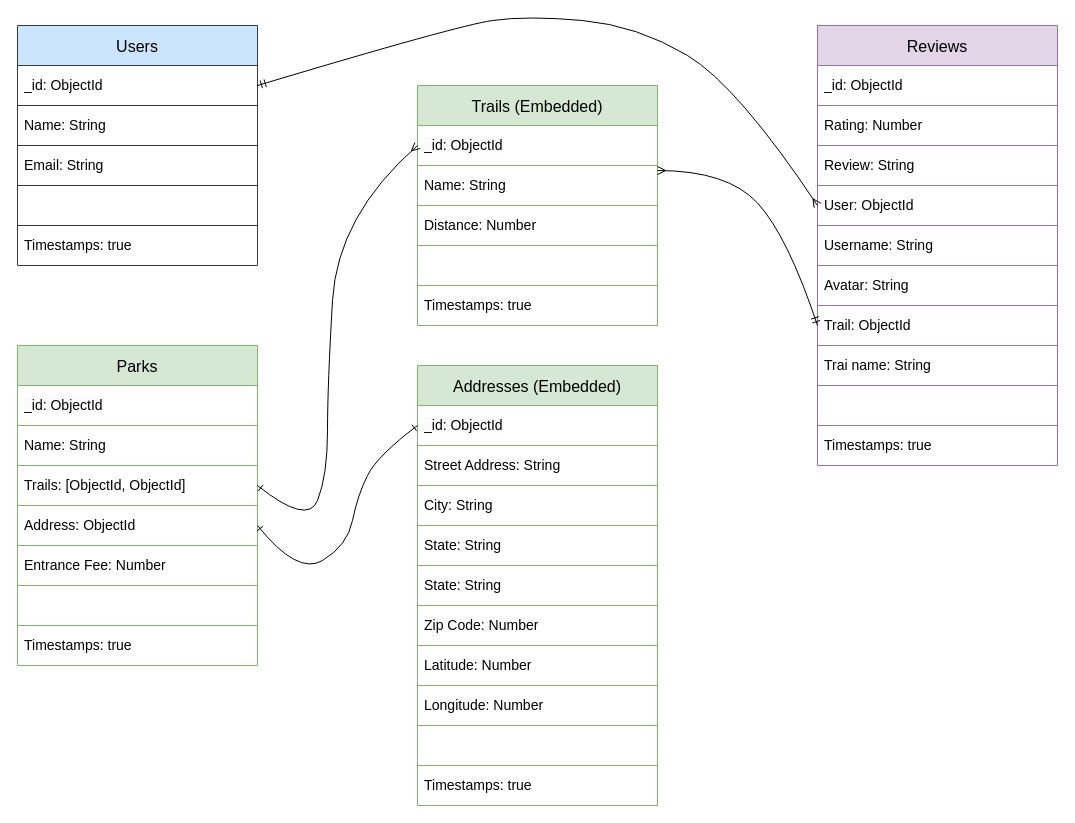
caitlinfcorrigan/MyTrails keeps this draw.io diagram as wireframes/drawio-files/ERD-reach.drawio. Above is the earlier version. Source tidied: cells renumbered, new cells numbered last; positions are measured from the earlier drawing's top-left corner, leaving out a move shared by most shapes. Both pictures are drawn from the tidied source at 100%, with x=0, y=0 at pixel (17, 15).
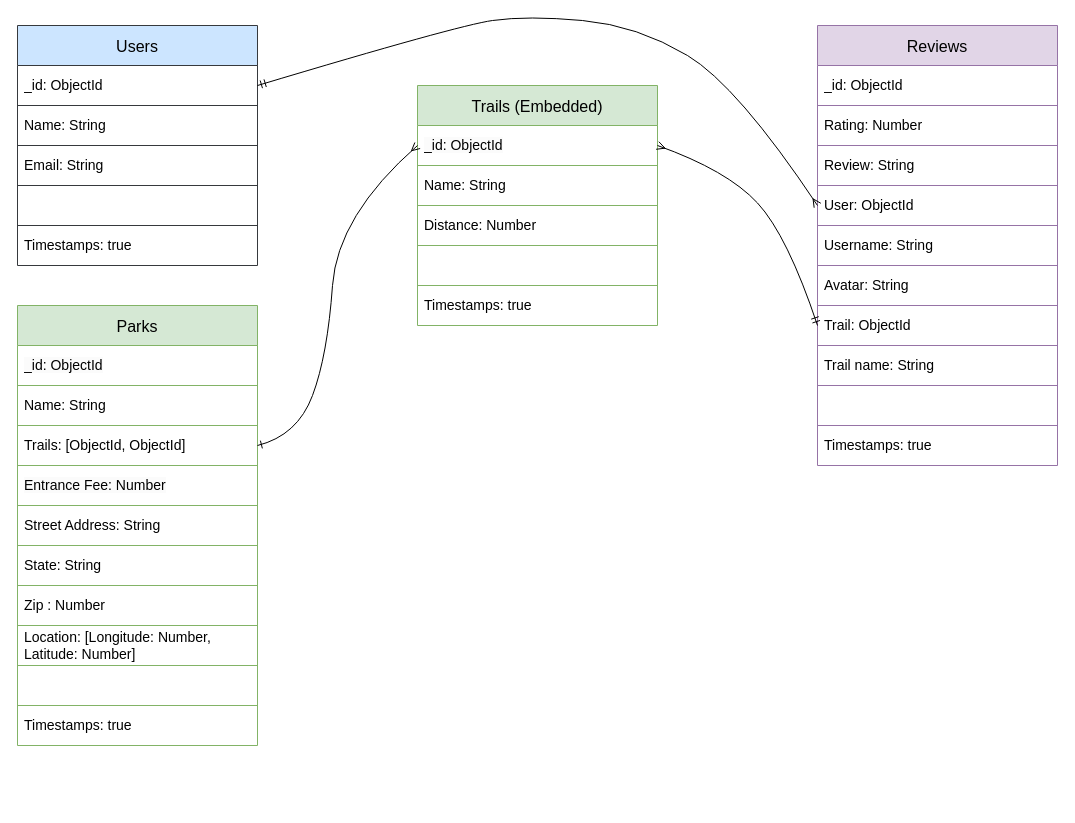
Above is the later version.

The change refers to these unchanged cells:
```xml
<mxCell id="27" style="shape=tableRow;horizontal=0;startSize=0;swimlaneHead=0;swimlaneBody=0;top=0;left=0;bottom=0;right=0;fillColor=none;points=[[0,0.5],[1,0.5]];portConstraint=eastwest;" parent="14" vertex="1">
  <mxGeometry y="280" width="240" height="40" as="geometry" />
</mxCell>
<mxCell id="29" style="shape=tableRow;horizontal=0;startSize=0;swimlaneHead=0;swimlaneBody=0;top=0;left=0;bottom=0;right=0;fillColor=none;" parent="14" vertex="1">
  <mxGeometry y="320" width="240" height="40" as="geometry" />
</mxCell>
<mxCell id="40" style="shape=tableRow;horizontal=0;startSize=0;swimlaneHead=0;swimlaneBody=0;top=0;left=0;bottom=0;right=0;fillColor=none;points=[[0,0.5],[1,0.5]];portConstraint=eastwest;" parent="35" vertex="1">
  <mxGeometry y="120" width="240" height="40" as="geometry" />
</mxCell>
<mxCell id="43" style="shape=tableRow;horizontal=0;startSize=0;swimlaneHead=0;swimlaneBody=0;top=0;left=0;bottom=0;right=0;fillColor=none;points=[[0,0.5],[1,0.5]];portConstraint=eastwest;" parent="35" vertex="1">
  <mxGeometry y="160" width="240" height="40" as="geometry" />
</mxCell>
<mxCell id="45" style="shape=tableRow;horizontal=0;startSize=0;swimlaneHead=0;swimlaneBody=0;top=0;left=0;bottom=0;right=0;fillColor=none;" parent="35" vertex="1">
  <mxGeometry y="200" width="240" height="40" as="geometry" />
</mxCell>
<mxCell id="52" style="shape=tableRow;horizontal=0;startSize=0;swimlaneHead=0;swimlaneBody=0;top=0;left=0;bottom=0;right=0;fillColor=none;points=[[0,0.5],[1,0.5]];portConstraint=eastwest;" parent="51" vertex="1">
  <mxGeometry y="40" width="240" height="40" as="geometry" />
</mxCell>
```

The edit, as a diff of the source:
```diff
@@
-    <mxCell id="30" value="Trai name: String" style="shape=partialRectangle;html=1;whiteSpace=wrap;overflow=hidden;fillColor=none;top=0;left=0;bottom=0;right=0;align=left;fontSize=14;spacingLeft=5;" parent="29" vertex="1">
+    <mxCell id="30" value="Trail name: String" style="shape=partialRectangle;html=1;whiteSpace=wrap;overflow=hidden;fillColor=none;top=0;left=0;bottom=0;right=0;align=left;fontSize=14;spacingLeft=5;" parent="29" vertex="1">
       <mxGeometry width="240" height="40" as="geometry" />
     </mxCell>
@@
     <mxCell id="35" value="Parks" style="shape=table;startSize=40;childLayout=tableLayout;fontSize=16;fillColor=#d5e8d4;strokeColor=#82b366;" parent="1" vertex="1">
-      <mxGeometry y="330" width="240" height="320" as="geometry" />
+      <mxGeometry y="290" width="240" height="440" as="geometry" />
     </mxCell>
@@
-    <mxCell id="44" value="Address: ObjectId" style="shape=partialRectangle;html=1;whiteSpace=wrap;overflow=hidden;fillColor=none;top=0;left=0;bottom=0;right=0;align=left;fontSize=14;spacingLeft=5;" parent="43" vertex="1">
+    <mxCell id="44" value="&lt;span style=&quot;color: rgb(0, 0, 0); font-family: Helvetica; font-size: 14px; font-style: normal; font-variant-ligatures: normal; font-variant-caps: normal; font-weight: 400; letter-spacing: normal; orphans: 2; text-align: left; text-indent: 0px; text-transform: none; widows: 2; word-spacing: 0px; -webkit-text-stroke-width: 0px; background-color: rgb(251, 251, 251); text-decoration-thickness: initial; text-decoration-style: initial; text-decoration-color: initial; float: none; display: inline !important;&quot;&gt;Entrance Fee: Number&lt;/span&gt;" style="shape=partialRectangle;html=1;whiteSpace=wrap;overflow=hidden;fillColor=none;top=0;left=0;bottom=0;right=0;align=left;fontSize=14;spacingLeft=5;" parent="43" vertex="1">
       <mxGeometry width="240" height="40" as="geometry" />
     </mxCell>
@@
-    <mxCell id="46" value="Entrance Fee: Number" style="shape=partialRectangle;html=1;whiteSpace=wrap;overflow=hidden;fillColor=none;top=0;left=0;bottom=0;right=0;align=left;fontSize=14;spacingLeft=5;" parent="45" vertex="1">
+    <mxCell id="46" value="Street Address: String" style="shape=partialRectangle;html=1;whiteSpace=wrap;overflow=hidden;fillColor=none;top=0;left=0;bottom=0;right=0;align=left;fontSize=14;spacingLeft=5;" parent="45" vertex="1">
       <mxGeometry width="240" height="40" as="geometry" />
     </mxCell>
+    <mxCell id="74" style="shape=tableRow;horizontal=0;startSize=0;swimlaneHead=0;swimlaneBody=0;top=0;left=0;bottom=0;right=0;fillColor=none;" parent="35" vertex="1">
+      <mxGeometry y="240" width="240" height="40" as="geometry" />
+    </mxCell>
+    <mxCell id="89" value="State: String" style="shape=partialRectangle;html=1;whiteSpace=wrap;overflow=hidden;fillColor=none;top=0;left=0;bottom=0;right=0;align=left;fontSize=14;spacingLeft=5;" parent="74" vertex="1">
+      <mxGeometry width="240" height="40" as="geometry" />
+    </mxCell>
+    <mxCell id="76" style="shape=tableRow;horizontal=0;startSize=0;swimlaneHead=0;swimlaneBody=0;top=0;left=0;bottom=0;right=0;fillColor=none;" parent="35" vertex="1">
+      <mxGeometry y="280" width="240" height="40" as="geometry" />
+    </mxCell>
+    <mxCell id="90" value="Zip : Number" style="shape=partialRectangle;html=1;whiteSpace=wrap;overflow=hidden;fillColor=none;top=0;left=0;bottom=0;right=0;align=left;fontSize=14;spacingLeft=5;" parent="76" vertex="1">
+      <mxGeometry width="240" height="40" as="geometry" />
+    </mxCell>
+    <mxCell id="78" style="shape=tableRow;horizontal=0;startSize=0;swimlaneHead=0;swimlaneBody=0;top=0;left=0;bottom=0;right=0;fillColor=none;" parent="35" vertex="1">
+      <mxGeometry y="320" width="240" height="40" as="geometry" />
+    </mxCell>
+    <mxCell id="91" value="Location: [Longitude: Number, Latitude: Number]" style="shape=partialRectangle;html=1;whiteSpace=wrap;overflow=hidden;fillColor=none;top=0;left=0;bottom=0;right=0;align=left;fontSize=14;spacingLeft=5;" parent="78" vertex="1">
+      <mxGeometry width="240" height="40" as="geometry" />
+    </mxCell>
     <mxCell id="47" style="shape=tableRow;horizontal=0;startSize=0;swimlaneHead=0;swimlaneBody=0;top=0;left=0;bottom=0;right=0;fillColor=none;" parent="35" vertex="1">
-      <mxGeometry y="240" width="240" height="40" as="geometry" />
+      <mxGeometry y="360" width="240" height="40" as="geometry" />
     </mxCell>
@@
     <mxCell id="49" style="shape=tableRow;horizontal=0;startSize=0;swimlaneHead=0;swimlaneBody=0;top=0;left=0;bottom=0;right=0;fillColor=none;" parent="35" vertex="1">
-      <mxGeometry y="280" width="240" height="40" as="geometry" />
+      <mxGeometry y="400" width="240" height="40" as="geometry" />
     </mxCell>
@@
-    <mxCell id="63" value="Addresses (Embedded)" style="shape=table;startSize=40;childLayout=tableLayout;fontSize=16;fillColor=#d5e8d4;gradientColor=none;strokeColor=#82b366;" parent="1" vertex="1">
-      <mxGeometry x="400" y="350" width="240" height="440" as="geometry" />
-    </mxCell>
-    <mxCell id="64" style="shape=tableRow;horizontal=0;startSize=0;swimlaneHead=0;swimlaneBody=0;top=0;left=0;bottom=0;right=0;fillColor=none;points=[[0,0.5],[1,0.5]];portConstraint=eastwest;" parent="63" vertex="1">
-      <mxGeometry y="40" width="240" height="40" as="geometry" />
-    </mxCell>
-    <mxCell id="65" value="&lt;span style=&quot;color: rgb(0, 0, 0); font-family: Helvetica; font-size: 14px; font-style: normal; font-variant-ligatures: normal; font-variant-caps: normal; font-weight: 400; letter-spacing: normal; orphans: 2; text-align: left; text-indent: 0px; text-transform: none; widows: 2; word-spacing: 0px; -webkit-text-stroke-width: 0px; background-color: rgb(251, 251, 251); text-decoration-thickness: initial; text-decoration-style: initial; text-decoration-color: initial; float: none; display: inline !important;&quot;&gt;_id: ObjectId&lt;/span&gt;" style="shape=partialRectangle;html=1;whiteSpace=wrap;overflow=hidden;fillColor=none;top=0;left=0;bottom=0;right=0;align=left;fontSize=14;spacingLeft=5;" parent="64" vertex="1">
-      <mxGeometry width="240" height="40" as="geometry" />
-    </mxCell>
-    <mxCell id="66" style="shape=tableRow;horizontal=0;startSize=0;swimlaneHead=0;swimlaneBody=0;top=0;left=0;bottom=0;right=0;fillColor=none;" parent="63" vertex="1">
-      <mxGeometry y="80" width="240" height="40" as="geometry" />
-    </mxCell>
-    <mxCell id="67" value="Street Address: String" style="shape=partialRectangle;html=1;whiteSpace=wrap;overflow=hidden;fillColor=none;top=0;left=0;bottom=0;right=0;align=left;fontSize=14;spacingLeft=5;" parent="66" vertex="1">
-      <mxGeometry width="240" height="40" as="geometry" />
-    </mxCell>
-    <mxCell id="68" style="shape=tableRow;horizontal=0;startSize=0;swimlaneHead=0;swimlaneBody=0;top=0;left=0;bottom=0;right=0;fillColor=none;" parent="63" vertex="1">
-      <mxGeometry y="120" width="240" height="40" as="geometry" />
-    </mxCell>
-    <mxCell id="69" value="City: String" style="shape=partialRectangle;html=1;whiteSpace=wrap;overflow=hidden;fillColor=none;top=0;left=0;bottom=0;right=0;align=left;fontSize=14;spacingLeft=5;" parent="68" vertex="1">
-      <mxGeometry width="240" height="40" as="geometry" />
-    </mxCell>
-    <mxCell id="70" style="shape=tableRow;horizontal=0;startSize=0;swimlaneHead=0;swimlaneBody=0;top=0;left=0;bottom=0;right=0;fillColor=none;" parent="63" vertex="1">
-      <mxGeometry y="160" width="240" height="40" as="geometry" />
-    </mxCell>
-    <mxCell id="71" value="State: String" style="shape=partialRectangle;html=1;whiteSpace=wrap;overflow=hidden;fillColor=none;top=0;left=0;bottom=0;right=0;align=left;fontSize=14;spacingLeft=5;" parent="70" vertex="1">
-      <mxGeometry width="240" height="40" as="geometry" />
-    </mxCell>
-    <mxCell id="72" style="shape=tableRow;horizontal=0;startSize=0;swimlaneHead=0;swimlaneBody=0;top=0;left=0;bottom=0;right=0;fillColor=none;" parent="63" vertex="1">
-      <mxGeometry y="200" width="240" height="40" as="geometry" />
-    </mxCell>
-    <mxCell id="73" value="State: String" style="shape=partialRectangle;html=1;whiteSpace=wrap;overflow=hidden;fillColor=none;top=0;left=0;bottom=0;right=0;align=left;fontSize=14;spacingLeft=5;" parent="72" vertex="1">
-      <mxGeometry width="240" height="40" as="geometry" />
-    </mxCell>
-    <mxCell id="74" style="shape=tableRow;horizontal=0;startSize=0;swimlaneHead=0;swimlaneBody=0;top=0;left=0;bottom=0;right=0;fillColor=none;" parent="63" vertex="1">
-      <mxGeometry y="240" width="240" height="40" as="geometry" />
-    </mxCell>
-    <mxCell id="75" value="Zip Code: Number" style="shape=partialRectangle;html=1;whiteSpace=wrap;overflow=hidden;fillColor=none;top=0;left=0;bottom=0;right=0;align=left;fontSize=14;spacingLeft=5;" parent="74" vertex="1">
-      <mxGeometry width="240" height="40" as="geometry" />
-    </mxCell>
-    <mxCell id="76" style="shape=tableRow;horizontal=0;startSize=0;swimlaneHead=0;swimlaneBody=0;top=0;left=0;bottom=0;right=0;fillColor=none;" parent="63" vertex="1">
-      <mxGeometry y="280" width="240" height="40" as="geometry" />
-    </mxCell>
-    <mxCell id="77" value="Latitude: Number" style="shape=partialRectangle;html=1;whiteSpace=wrap;overflow=hidden;fillColor=none;top=0;left=0;bottom=0;right=0;align=left;fontSize=14;spacingLeft=5;" parent="76" vertex="1">
-      <mxGeometry width="240" height="40" as="geometry" />
-    </mxCell>
-    <mxCell id="78" style="shape=tableRow;horizontal=0;startSize=0;swimlaneHead=0;swimlaneBody=0;top=0;left=0;bottom=0;right=0;fillColor=none;" parent="63" vertex="1">
-      <mxGeometry y="320" width="240" height="40" as="geometry" />
-    </mxCell>
-    <mxCell id="79" value="Longitude: Number" style="shape=partialRectangle;html=1;whiteSpace=wrap;overflow=hidden;fillColor=none;top=0;left=0;bottom=0;right=0;align=left;fontSize=14;spacingLeft=5;" parent="78" vertex="1">
-      <mxGeometry width="240" height="40" as="geometry" />
-    </mxCell>
-    <mxCell id="80" style="shape=tableRow;horizontal=0;startSize=0;swimlaneHead=0;swimlaneBody=0;top=0;left=0;bottom=0;right=0;fillColor=none;" parent="63" vertex="1">
-      <mxGeometry y="360" width="240" height="40" as="geometry" />
-    </mxCell>
-    <mxCell id="81" style="shape=partialRectangle;html=1;whiteSpace=wrap;overflow=hidden;fillColor=none;top=0;left=0;bottom=0;right=0;align=left;fontSize=14;spacingLeft=5;" parent="80" vertex="1">
-      <mxGeometry width="240" height="40" as="geometry" />
-    </mxCell>
-    <mxCell id="82" style="shape=singleArrow;whiteSpace=wrap;html=1;arrowWidth=0.4;arrowSize=0.4;fontSize=16;startSize=40;" parent="80" vertex="1">
-      <mxGeometry x="240" height="40" as="geometry" />
-    </mxCell>
-    <mxCell id="83" style="shape=tableRow;horizontal=0;startSize=0;swimlaneHead=0;swimlaneBody=0;top=0;left=0;bottom=0;right=0;fillColor=none;" parent="63" vertex="1">
-      <mxGeometry y="400" width="240" height="40" as="geometry" />
-    </mxCell>
-    <mxCell id="84" value="Timestamps: true" style="shape=partialRectangle;html=1;whiteSpace=wrap;overflow=hidden;fillColor=none;top=0;left=0;bottom=0;right=0;align=left;fontSize=14;spacingLeft=5;" parent="83" vertex="1">
-      <mxGeometry width="240" height="40" as="geometry" />
-    </mxCell>
     <mxCell id="85" style="curved=1;endArrow=ERmany;html=1;fontSize=14;entryX=0;entryY=0.5;entryDx=0;entryDy=0;endFill=0;startArrow=ERone;startFill=0;exitX=1;exitY=0.5;exitDx=0;exitDy=0;" parent="1" edge="1" source="40" target="52">
       <mxGeometry relative="1" as="geometry">
         <Array as="points">
-          <mxPoint x="290" y="510" />
-          <mxPoint x="310" y="460" />
-          <mxPoint x="310" y="370" />
+          <mxPoint x="280" y="420" />
+          <mxPoint x="310" y="340" />
           <mxPoint x="320" y="200" />
         </Array>
       </mxGeometry>
     </mxCell>
@@
-    <mxCell id="87" style="curved=1;endArrow=ERone;html=1;fontSize=14;entryX=0;entryY=0.5;entryDx=0;entryDy=0;endFill=0;startArrow=ERone;startFill=0;exitX=1;exitY=0.5;exitDx=0;exitDy=0;" parent="1" edge="1" source="43" target="64">
-      <mxGeometry relative="1" as="geometry">
-        <Array as="points">
-          <mxPoint x="280" y="560" />
-          <mxPoint x="330" y="530" />
-          <mxPoint x="340" y="480" />
-          <mxPoint x="360" y="440" />
-        </Array>
-      </mxGeometry>
-    </mxCell>
-    <mxCell id="88" style="curved=1;endArrow=ERmandOne;html=1;entryX=0;entryY=0.5;entryDx=0;entryDy=0;startArrow=ERmany;startFill=0;endFill=0;" parent="1" edge="1" target="27">
+    <mxCell id="88" style="curved=1;endArrow=ERmandOne;html=1;entryX=0;entryY=0.5;entryDx=0;entryDy=0;startArrow=ERmany;startFill=0;endFill=0;exitX=1;exitY=0.5;exitDx=0;exitDy=0;" parent="1" edge="1" source="52" target="27">
       <mxGeometry relative="1" as="geometry">
-        <mxPoint x="640" y="155" as="sourcePoint" />
         <Array as="points">
           <mxPoint x="710" y="155" />
           <mxPoint x="770" y="220" />
         </Array>
       </mxGeometry>
     </mxCell>
```
